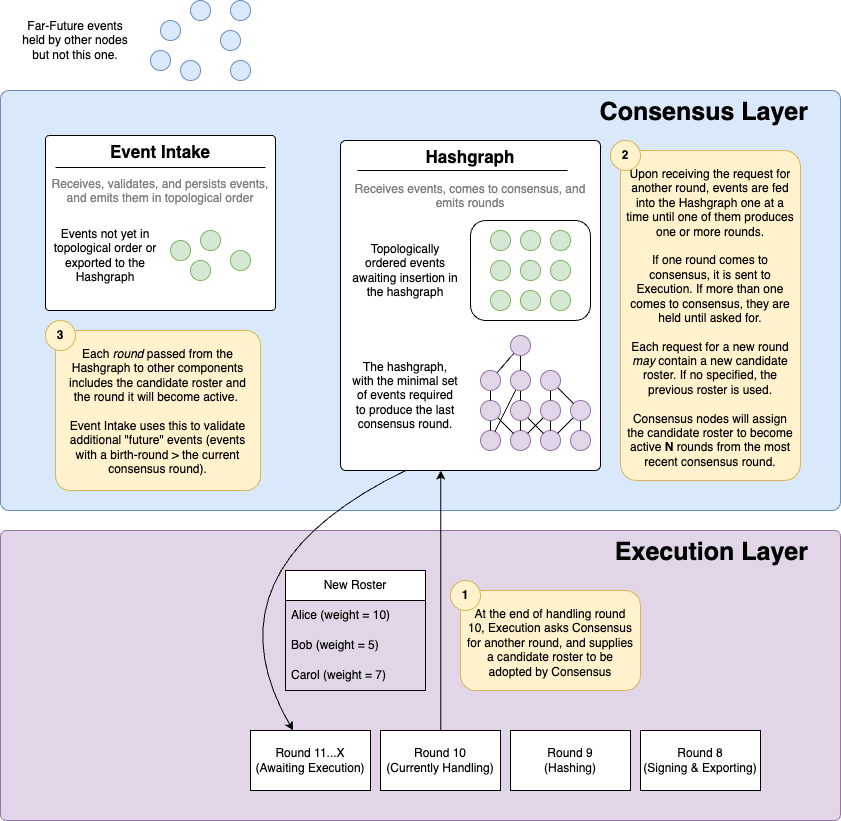
Above: platform-sdk/docs/proposals/consensus-layer/roster-changes.png in hashgraph/hedera-services (draw.io), before the change. Source tidied: cells renumbered, new cells last; positions are measured from the earlier drawing's top-left corner, leaving out a move shared by most shapes. The source it was exported from:
```xml
<mxGraphModel>
  <root>
    <mxCell id="0" />
    <mxCell id="1" parent="0" />
    <mxCell id="2" value="&lt;font style=&quot;font-size: 25px;&quot;&gt;&lt;b&gt;Consensus Layer&lt;/b&gt;&lt;/font&gt;" style="rounded=1;whiteSpace=wrap;html=1;arcSize=2;fillColor=#dae8fc;strokeColor=#6c8ebf;verticalAlign=top;align=right;spacingRight=30.000000000000004;" parent="1" vertex="1">
      <mxGeometry y="90" width="840" height="420" as="geometry" />
    </mxCell>
    <mxCell id="3" value="&lt;font style=&quot;font-size: 25px;&quot;&gt;&lt;b&gt;Execution Layer&lt;/b&gt;&lt;/font&gt;" style="rounded=1;whiteSpace=wrap;html=1;arcSize=2;fillColor=#e1d5e7;strokeColor=#9673a6;align=right;verticalAlign=top;spacingRight=30.000000000000004;" parent="1" vertex="1">
      <mxGeometry y="530" width="840" height="290" as="geometry" />
    </mxCell>
    <mxCell id="4" style="edgeStyle=elbowEdgeStyle;rounded=1;jettySize=auto;html=1;" parent="1" edge="1" source="5" target="16">
      <mxGeometry relative="1" as="geometry" />
    </mxCell>
    <mxCell id="5" value="Round 10&lt;div&gt;(Currently Handling)&lt;/div&gt;" style="rounded=0;whiteSpace=wrap;html=1;" parent="1" vertex="1">
      <mxGeometry x="380" y="730" width="120" height="60" as="geometry" />
    </mxCell>
    <mxCell id="6" value="Round 11...X&lt;div&gt;(Awaiting Execution)&lt;/div&gt;" style="rounded=0;whiteSpace=wrap;html=1;" parent="1" vertex="1">
      <mxGeometry x="250" y="730" width="120" height="60" as="geometry" />
    </mxCell>
    <mxCell id="7" style="ellipse;whiteSpace=wrap;html=1;fillColor=#dae8fc;strokeColor=#6c8ebf;" parent="1" vertex="1">
      <mxGeometry x="160" y="20" width="20" height="20" as="geometry" />
    </mxCell>
    <mxCell id="8" style="ellipse;whiteSpace=wrap;html=1;fillColor=#dae8fc;strokeColor=#6c8ebf;" parent="1" vertex="1">
      <mxGeometry x="220" y="30" width="20" height="20" as="geometry" />
    </mxCell>
    <mxCell id="9" style="ellipse;whiteSpace=wrap;html=1;fillColor=#dae8fc;strokeColor=#6c8ebf;" parent="1" vertex="1">
      <mxGeometry x="150" y="50" width="20" height="20" as="geometry" />
    </mxCell>
    <mxCell id="10" style="ellipse;whiteSpace=wrap;html=1;fillColor=#dae8fc;strokeColor=#6c8ebf;" parent="1" vertex="1">
      <mxGeometry x="180" y="60" width="20" height="20" as="geometry" />
    </mxCell>
    <mxCell id="11" style="ellipse;whiteSpace=wrap;html=1;fillColor=#dae8fc;strokeColor=#6c8ebf;" parent="1" vertex="1">
      <mxGeometry x="230" y="60" width="20" height="20" as="geometry" />
    </mxCell>
    <mxCell id="12" style="ellipse;whiteSpace=wrap;html=1;fillColor=#dae8fc;strokeColor=#6c8ebf;" parent="1" vertex="1">
      <mxGeometry x="230" width="20" height="20" as="geometry" />
    </mxCell>
    <mxCell id="13" style="ellipse;whiteSpace=wrap;html=1;fillColor=#dae8fc;strokeColor=#6c8ebf;" parent="1" vertex="1">
      <mxGeometry x="190" width="20" height="20" as="geometry" />
    </mxCell>
    <mxCell id="14" value="Far-Future events held by other nodes but not this one." style="text;html=1;align=center;verticalAlign=middle;whiteSpace=wrap;rounded=0;" parent="1" vertex="1">
      <mxGeometry x="20" y="10" width="110" height="60" as="geometry" />
    </mxCell>
    <mxCell id="15" style="edgeStyle=none;rounded=0;jettySize=auto;html=1;curved=1;exitX=0.25;exitY=1;exitDx=0;exitDy=0;" parent="1" edge="1" source="16" target="6">
      <mxGeometry relative="1" as="geometry">
        <Array as="points">
          <mxPoint x="200" y="570" />
        </Array>
      </mxGeometry>
    </mxCell>
    <mxCell id="16" value="&lt;font style=&quot;font-size: 17px;&quot;&gt;&lt;b&gt;Hashgraph&lt;/b&gt;&lt;br&gt;&lt;/font&gt;&lt;font color=&quot;#808080&quot;&gt;&lt;br&gt;Receives events, comes to consensus, and emits rounds&lt;/font&gt;" style="rounded=1;whiteSpace=wrap;html=1;arcSize=2;verticalAlign=top;" parent="1" vertex="1">
      <mxGeometry x="340" y="140" width="260" height="330" as="geometry" />
    </mxCell>
    <mxCell id="17" style="endArrow=none;html=1;rounded=0;entryX=0.957;entryY=0.231;entryDx=0;entryDy=0;entryPerimeter=0;" parent="1" edge="1">
      <mxGeometry relative="1" as="geometry">
        <mxPoint x="356.9" y="170" as="sourcePoint" />
        <mxPoint x="567" y="170" as="targetPoint" />
      </mxGeometry>
    </mxCell>
    <mxCell id="18" value="New Roster" style="swimlane;fontStyle=0;horizontal=1;startSize=30;whiteSpace=wrap;html=1;" parent="1" vertex="1">
      <mxGeometry x="285" y="570" width="140" height="120" as="geometry" />
    </mxCell>
    <mxCell id="19" value="Alice (weight = 10)" style="text;strokeColor=none;fillColor=none;align=left;verticalAlign=middle;spacingLeft=4;spacingRight=4;overflow=hidden;whiteSpace=wrap;html=1;" parent="18" vertex="1">
      <mxGeometry y="30" width="140" height="30" as="geometry" />
    </mxCell>
    <mxCell id="20" value="Bob (weight = 5)" style="text;strokeColor=none;fillColor=none;align=left;verticalAlign=middle;spacingLeft=4;spacingRight=4;overflow=hidden;whiteSpace=wrap;html=1;" parent="18" vertex="1">
      <mxGeometry y="60" width="140" height="30" as="geometry" />
    </mxCell>
    <mxCell id="21" value="Carol (weight = 7)" style="text;strokeColor=none;fillColor=none;align=left;verticalAlign=middle;spacingLeft=4;spacingRight=4;overflow=hidden;whiteSpace=wrap;html=1;" parent="18" vertex="1">
      <mxGeometry y="90" width="140" height="30" as="geometry" />
    </mxCell>
    <mxCell id="22" value="Round 9&lt;div&gt;(Hashing)&lt;/div&gt;" style="rounded=0;whiteSpace=wrap;html=1;" parent="1" vertex="1">
      <mxGeometry x="510" y="730" width="120" height="60" as="geometry" />
    </mxCell>
    <mxCell id="23" value="Round 8&lt;div&gt;(Signing &amp;amp; Exporting)&lt;/div&gt;" style="rounded=0;whiteSpace=wrap;html=1;" parent="1" vertex="1">
      <mxGeometry x="640" y="730" width="120" height="60" as="geometry" />
    </mxCell>
    <mxCell id="24" value="At the end of handling round 10, Execution asks Consensus for another round, and supplies a candidate roster to be adopted by Consensus" style="rounded=1;whiteSpace=wrap;html=1;spacingTop=10;spacingLeft=4;spacingBottom=4;spacingRight=4;verticalAlign=top;fillColor=#fff2cc;strokeColor=#d6b656;" parent="1" vertex="1">
      <mxGeometry x="460" y="590" width="180" height="100" as="geometry" />
    </mxCell>
    <mxCell id="25" value="&lt;b&gt;1&lt;/b&gt;" style="ellipse;whiteSpace=wrap;html=1;fillColor=#fff2cc;strokeColor=#d6b656;" parent="1" vertex="1">
      <mxGeometry x="450" y="580" width="30" height="30" as="geometry" />
    </mxCell>
    <mxCell id="26" value="Upon receiving the request for another round, events are fed into the Hashgraph one at a time until one of them produces one or more rounds.&lt;div&gt;&lt;br&gt;&lt;/div&gt;&lt;div&gt;If one round comes to consensus, it is sent to Execution. If more than one comes to consensus, they are held until asked for.&lt;/div&gt;&lt;div&gt;&lt;br&gt;&lt;/div&gt;&lt;div&gt;Each request for a new round &lt;i&gt;may &lt;/i&gt;contain a new candidate roster. If no specified, the previous roster is used.&lt;/div&gt;&lt;div&gt;&lt;br&gt;&lt;/div&gt;&lt;div&gt;Consensus nodes will assign the candidate roster to become active &lt;b&gt;N&lt;/b&gt;&amp;nbsp;rounds from the most recent consensus round.&lt;/div&gt;" style="rounded=1;whiteSpace=wrap;html=1;spacingTop=10;spacingLeft=4;spacingBottom=4;spacingRight=4;arcSize=9;verticalAlign=top;align=center;fillColor=#fff2cc;strokeColor=#d6b656;" parent="1" vertex="1">
      <mxGeometry x="620" y="150" width="180" height="330" as="geometry" />
    </mxCell>
    <mxCell id="27" value="&lt;b&gt;2&lt;/b&gt;" style="ellipse;whiteSpace=wrap;html=1;fillColor=#fff2cc;strokeColor=#d6b656;" parent="1" vertex="1">
      <mxGeometry x="610" y="140" width="30" height="30" as="geometry" />
    </mxCell>
    <mxCell id="28" value="&lt;font style=&quot;font-size: 17px;&quot;&gt;&lt;b&gt;Event Intake&lt;/b&gt;&lt;br&gt;&lt;/font&gt;&lt;font color=&quot;#808080&quot;&gt;&lt;br&gt;Receives, validates, and persists events, and emits them in topological order&lt;/font&gt;" style="rounded=1;whiteSpace=wrap;html=1;arcSize=2;verticalAlign=top;" parent="1" vertex="1">
      <mxGeometry x="45" y="135" width="230" height="175" as="geometry" />
    </mxCell>
    <mxCell id="29" style="endArrow=none;html=1;rounded=0;entryX=0.957;entryY=0.231;entryDx=0;entryDy=0;entryPerimeter=0;" parent="1" edge="1">
      <mxGeometry relative="1" as="geometry">
        <mxPoint x="55" y="167" as="sourcePoint" />
        <mxPoint x="265.1" y="167" as="targetPoint" />
      </mxGeometry>
    </mxCell>
    <mxCell id="30" style="rounded=1;whiteSpace=wrap;html=1;" parent="1" vertex="1">
      <mxGeometry x="470" y="220" width="120" height="100" as="geometry" />
    </mxCell>
    <mxCell id="31" style="ellipse;whiteSpace=wrap;html=1;fillColor=#d5e8d4;strokeColor=#82b366;" parent="1" vertex="1">
      <mxGeometry x="490" y="230" width="20" height="20" as="geometry" />
    </mxCell>
    <mxCell id="32" style="ellipse;whiteSpace=wrap;html=1;fillColor=#d5e8d4;strokeColor=#82b366;" parent="1" vertex="1">
      <mxGeometry x="520" y="230" width="20" height="20" as="geometry" />
    </mxCell>
    <mxCell id="33" style="ellipse;whiteSpace=wrap;html=1;fillColor=#d5e8d4;strokeColor=#82b366;" parent="1" vertex="1">
      <mxGeometry x="550" y="230" width="20" height="20" as="geometry" />
    </mxCell>
    <mxCell id="34" style="ellipse;whiteSpace=wrap;html=1;fillColor=#d5e8d4;strokeColor=#82b366;" parent="1" vertex="1">
      <mxGeometry x="520" y="260" width="20" height="20" as="geometry" />
    </mxCell>
    <mxCell id="35" style="ellipse;whiteSpace=wrap;html=1;fillColor=#d5e8d4;strokeColor=#82b366;" parent="1" vertex="1">
      <mxGeometry x="550" y="260" width="20" height="20" as="geometry" />
    </mxCell>
    <mxCell id="36" style="ellipse;whiteSpace=wrap;html=1;fillColor=#d5e8d4;strokeColor=#82b366;" parent="1" vertex="1">
      <mxGeometry x="490" y="290" width="20" height="20" as="geometry" />
    </mxCell>
    <mxCell id="37" style="ellipse;whiteSpace=wrap;html=1;fillColor=#d5e8d4;strokeColor=#82b366;" parent="1" vertex="1">
      <mxGeometry x="520" y="290" width="20" height="20" as="geometry" />
    </mxCell>
    <mxCell id="38" style="ellipse;whiteSpace=wrap;html=1;fillColor=#d5e8d4;strokeColor=#82b366;" parent="1" vertex="1">
      <mxGeometry x="550" y="290" width="20" height="20" as="geometry" />
    </mxCell>
    <mxCell id="39" style="ellipse;whiteSpace=wrap;html=1;fillColor=#d5e8d4;strokeColor=#82b366;" parent="1" vertex="1">
      <mxGeometry x="490" y="260" width="20" height="20" as="geometry" />
    </mxCell>
    <mxCell id="40" value="Topologically ordered events awaiting insertion in the hashgraph" style="text;html=1;align=center;verticalAlign=middle;whiteSpace=wrap;rounded=0;" parent="1" vertex="1">
      <mxGeometry x="350" y="240" width="110" height="60" as="geometry" />
    </mxCell>
    <mxCell id="41" style="ellipse;whiteSpace=wrap;html=1;fillColor=#e1d5e7;strokeColor=#9673a6;" parent="1" vertex="1">
      <mxGeometry x="480" y="430" width="20" height="20" as="geometry" />
    </mxCell>
    <mxCell id="42" style="ellipse;whiteSpace=wrap;html=1;fillColor=#e1d5e7;strokeColor=#9673a6;" parent="1" vertex="1">
      <mxGeometry x="510" y="430" width="20" height="20" as="geometry" />
    </mxCell>
    <mxCell id="43" style="ellipse;whiteSpace=wrap;html=1;fillColor=#e1d5e7;strokeColor=#9673a6;" parent="1" vertex="1">
      <mxGeometry x="540" y="430" width="20" height="20" as="geometry" />
    </mxCell>
    <mxCell id="44" style="ellipse;whiteSpace=wrap;html=1;fillColor=#e1d5e7;strokeColor=#9673a6;" parent="1" vertex="1">
      <mxGeometry x="570" y="430" width="20" height="20" as="geometry" />
    </mxCell>
    <mxCell id="45" style="edgeStyle=none;rounded=0;jettySize=auto;html=1;endArrow=none;endFill=0;" parent="1" edge="1" source="47" target="41">
      <mxGeometry relative="1" as="geometry" />
    </mxCell>
    <mxCell id="46" style="edgeStyle=none;rounded=0;jettySize=auto;html=1;endArrow=none;endFill=0;" parent="1" edge="1" source="47" target="42">
      <mxGeometry relative="1" as="geometry" />
    </mxCell>
    <mxCell id="47" style="ellipse;whiteSpace=wrap;html=1;fillColor=#e1d5e7;strokeColor=#9673a6;" parent="1" vertex="1">
      <mxGeometry x="480" y="400" width="20" height="20" as="geometry" />
    </mxCell>
    <mxCell id="48" style="edgeStyle=none;rounded=0;jettySize=auto;html=1;endArrow=none;endFill=0;" parent="1" edge="1" source="50" target="42">
      <mxGeometry relative="1" as="geometry" />
    </mxCell>
    <mxCell id="49" style="edgeStyle=none;rounded=0;jettySize=auto;html=1;endArrow=none;endFill=0;" parent="1" edge="1" source="50" target="43">
      <mxGeometry relative="1" as="geometry" />
    </mxCell>
    <mxCell id="50" style="ellipse;whiteSpace=wrap;html=1;fillColor=#e1d5e7;strokeColor=#9673a6;" parent="1" vertex="1">
      <mxGeometry x="510" y="400" width="20" height="20" as="geometry" />
    </mxCell>
    <mxCell id="51" style="edgeStyle=none;rounded=0;jettySize=auto;html=1;endArrow=none;endFill=0;" parent="1" edge="1" source="53" target="43">
      <mxGeometry relative="1" as="geometry" />
    </mxCell>
    <mxCell id="52" style="edgeStyle=none;rounded=0;jettySize=auto;html=1;endArrow=none;endFill=0;" parent="1" edge="1" source="53" target="42">
      <mxGeometry relative="1" as="geometry" />
    </mxCell>
    <mxCell id="53" style="ellipse;whiteSpace=wrap;html=1;fillColor=#e1d5e7;strokeColor=#9673a6;" parent="1" vertex="1">
      <mxGeometry x="540" y="400" width="20" height="20" as="geometry" />
    </mxCell>
    <mxCell id="54" style="edgeStyle=none;rounded=0;jettySize=auto;html=1;endArrow=none;endFill=0;" parent="1" edge="1" source="56" target="44">
      <mxGeometry relative="1" as="geometry" />
    </mxCell>
    <mxCell id="55" style="edgeStyle=none;rounded=0;jettySize=auto;html=1;endArrow=none;endFill=0;" parent="1" edge="1" source="56" target="43">
      <mxGeometry relative="1" as="geometry" />
    </mxCell>
    <mxCell id="56" style="ellipse;whiteSpace=wrap;html=1;fillColor=#e1d5e7;strokeColor=#9673a6;" parent="1" vertex="1">
      <mxGeometry x="570" y="400" width="20" height="20" as="geometry" />
    </mxCell>
    <mxCell id="57" style="edgeStyle=none;rounded=0;jettySize=auto;html=1;endArrow=none;endFill=0;" parent="1" edge="1" source="59" target="50">
      <mxGeometry relative="1" as="geometry" />
    </mxCell>
    <mxCell id="58" style="edgeStyle=none;rounded=0;jettySize=auto;html=1;endArrow=none;endFill=0;" parent="1" edge="1" source="59" target="41">
      <mxGeometry relative="1" as="geometry" />
    </mxCell>
    <mxCell id="59" style="ellipse;whiteSpace=wrap;html=1;fillColor=#e1d5e7;strokeColor=#9673a6;" parent="1" vertex="1">
      <mxGeometry x="510" y="370" width="20" height="20" as="geometry" />
    </mxCell>
    <mxCell id="60" style="edgeStyle=none;rounded=0;jettySize=auto;html=1;endArrow=none;endFill=0;" parent="1" edge="1" source="62" target="64">
      <mxGeometry relative="1" as="geometry" />
    </mxCell>
    <mxCell id="61" style="edgeStyle=none;rounded=0;jettySize=auto;html=1;endArrow=none;endFill=0;" parent="1" edge="1" source="62" target="59">
      <mxGeometry relative="1" as="geometry" />
    </mxCell>
    <mxCell id="62" style="ellipse;whiteSpace=wrap;html=1;fillColor=#e1d5e7;strokeColor=#9673a6;" parent="1" vertex="1">
      <mxGeometry x="510" y="335" width="20" height="20" as="geometry" />
    </mxCell>
    <mxCell id="63" style="edgeStyle=none;rounded=0;jettySize=auto;html=1;entryX=0.5;entryY=0;entryDx=0;entryDy=0;endArrow=none;endFill=0;" parent="1" edge="1" source="64" target="47">
      <mxGeometry relative="1" as="geometry" />
    </mxCell>
    <mxCell id="64" style="ellipse;whiteSpace=wrap;html=1;fillColor=#e1d5e7;strokeColor=#9673a6;" parent="1" vertex="1">
      <mxGeometry x="480" y="370" width="20" height="20" as="geometry" />
    </mxCell>
    <mxCell id="65" style="edgeStyle=none;rounded=0;jettySize=auto;html=1;entryX=0.5;entryY=0;entryDx=0;entryDy=0;endArrow=none;endFill=0;" parent="1" edge="1" source="67" target="53">
      <mxGeometry relative="1" as="geometry" />
    </mxCell>
    <mxCell id="66" style="edgeStyle=none;rounded=0;jettySize=auto;html=1;endArrow=none;endFill=0;" parent="1" edge="1" source="67" target="56">
      <mxGeometry relative="1" as="geometry" />
    </mxCell>
    <mxCell id="67" style="ellipse;whiteSpace=wrap;html=1;fillColor=#e1d5e7;strokeColor=#9673a6;" parent="1" vertex="1">
      <mxGeometry x="540" y="370" width="20" height="20" as="geometry" />
    </mxCell>
    <mxCell id="68" value="The hashgraph, with the minimal set of events required to produce the last consensus round." style="text;html=1;align=center;verticalAlign=middle;whiteSpace=wrap;rounded=0;" parent="1" vertex="1">
      <mxGeometry x="350" y="355" width="110" height="80" as="geometry" />
    </mxCell>
    <mxCell id="69" style="ellipse;whiteSpace=wrap;html=1;fillColor=#d5e8d4;strokeColor=#82b366;" parent="1" vertex="1">
      <mxGeometry x="170" y="240" width="20" height="20" as="geometry" />
    </mxCell>
    <mxCell id="70" style="ellipse;whiteSpace=wrap;html=1;fillColor=#d5e8d4;strokeColor=#82b366;" parent="1" vertex="1">
      <mxGeometry x="190" y="260" width="20" height="20" as="geometry" />
    </mxCell>
    <mxCell id="71" style="ellipse;whiteSpace=wrap;html=1;fillColor=#d5e8d4;strokeColor=#82b366;" parent="1" vertex="1">
      <mxGeometry x="200" y="230" width="20" height="20" as="geometry" />
    </mxCell>
    <mxCell id="72" style="ellipse;whiteSpace=wrap;html=1;fillColor=#d5e8d4;strokeColor=#82b366;" parent="1" vertex="1">
      <mxGeometry x="230" y="250" width="20" height="20" as="geometry" />
    </mxCell>
    <mxCell id="73" value="Each &lt;i&gt;round&lt;/i&gt;&amp;nbsp;passed from the Hashgraph to other components includes the candidate roster and the round it will become active.&amp;nbsp;&lt;div&gt;&lt;br&gt;&lt;/div&gt;&lt;div&gt;Event Intake uses this to validate additional &quot;future&quot; events (events with a birth-round &amp;gt; the current consensus round).&lt;/div&gt;" style="rounded=1;whiteSpace=wrap;html=1;spacingTop=10;spacingLeft=4;spacingBottom=4;spacingRight=4;arcSize=9;verticalAlign=top;align=center;fillColor=#fff2cc;strokeColor=#d6b656;" parent="1" vertex="1">
      <mxGeometry x="55" y="330" width="205" height="160" as="geometry" />
    </mxCell>
    <mxCell id="74" value="&lt;b&gt;3&lt;/b&gt;" style="ellipse;whiteSpace=wrap;html=1;fillColor=#fff2cc;strokeColor=#d6b656;" parent="1" vertex="1">
      <mxGeometry x="45" y="320" width="30" height="30" as="geometry" />
    </mxCell>
    <mxCell id="75" value="Events not yet in topological order or exported to the Hashgraph" style="text;html=1;align=center;verticalAlign=middle;whiteSpace=wrap;rounded=0;" parent="1" vertex="1">
      <mxGeometry x="50" y="225" width="110" height="60" as="geometry" />
    </mxCell>
  </root>
</mxGraphModel>
```
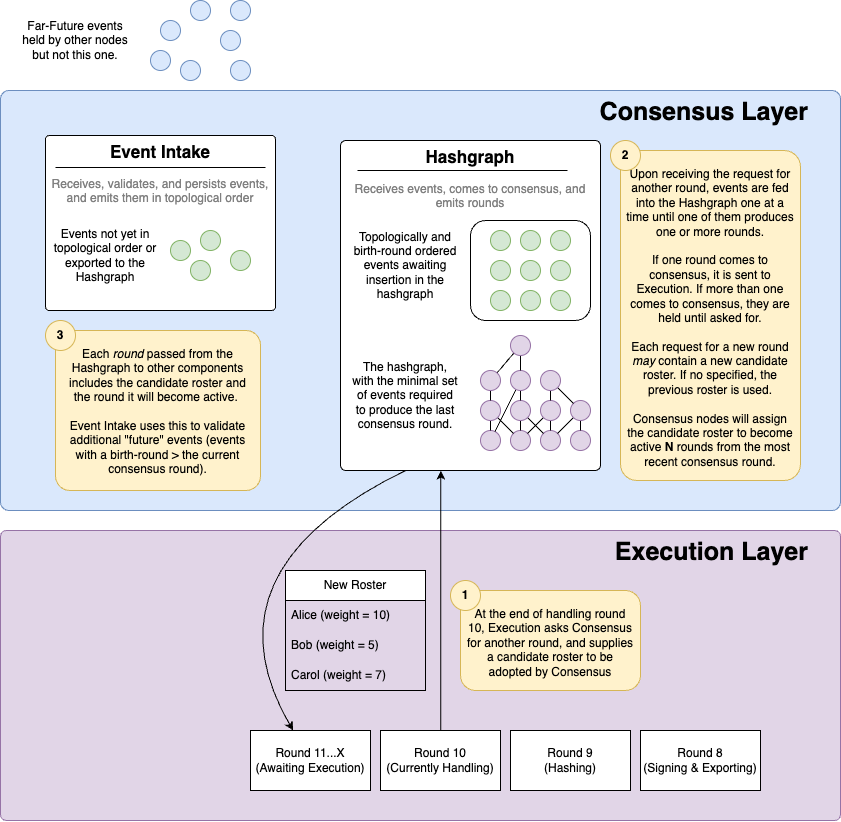
After the commit.

Commit message:
Update images, add restriction on event birth rounds

The edit, as a diff of the source:
```diff
@@ -126,8 +126,8 @@
     <mxCell id="39" style="ellipse;whiteSpace=wrap;html=1;fillColor=#d5e8d4;strokeColor=#82b366;" parent="1" vertex="1">
       <mxGeometry x="490" y="260" width="20" height="20" as="geometry" />
     </mxCell>
-    <mxCell id="40" value="Topologically ordered events awaiting insertion in the hashgraph" style="text;html=1;align=center;verticalAlign=middle;whiteSpace=wrap;rounded=0;" parent="1" vertex="1">
-      <mxGeometry x="350" y="240" width="110" height="60" as="geometry" />
+    <mxCell id="40" value="Topologically and birth-round ordered events awaiting insertion in the hashgraph" style="text;html=1;align=center;verticalAlign=middle;whiteSpace=wrap;rounded=0;" parent="1" vertex="1">
+      <mxGeometry x="350" y="225" width="110" height="80" as="geometry" />
     </mxCell>
     <mxCell id="41" style="ellipse;whiteSpace=wrap;html=1;fillColor=#e1d5e7;strokeColor=#9673a6;" parent="1" vertex="1">
       <mxGeometry x="480" y="430" width="20" height="20" as="geometry" />
```
